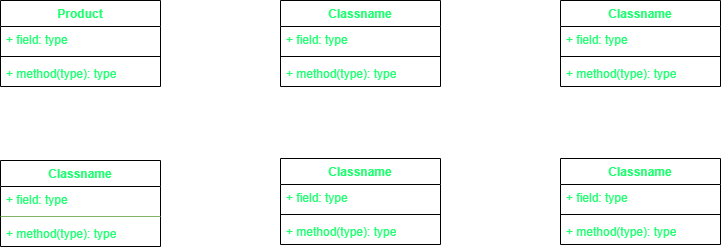
Earlier version of the draw.io export Stage3/DatabaseDesignDiagram.drawio.png (hoduy511/Website-Bat-Dong-San). Source tidied: cells renumbered, new cells last; positions are measured from the earlier drawing's top-left corner, leaving out a move shared by most shapes.
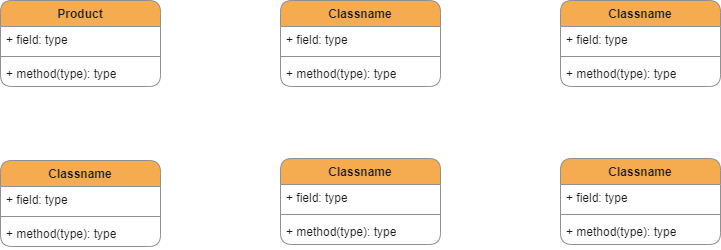
Later version of the same file.

Diff of the diagram source:
```diff
@@ -2,76 +2,76 @@
   <root>
     <mxCell id="0" />
     <mxCell id="1" parent="0" />
-    <mxCell id="2" value="Product" style="swimlane;fontStyle=1;align=center;verticalAlign=top;horizontal=1;startSize=26;whiteSpace=wrap;html=1;swimlaneFillColor=default;labelBackgroundColor=none;fontColor=#1CFF6F;" parent="1" vertex="1">
+    <mxCell id="2" value="Product" style="swimlane;fontStyle=1;align=center;verticalAlign=top;horizontal=1;startSize=26;whiteSpace=wrap;html=1;swimlaneFillColor=default;labelBackgroundColor=none;rounded=1;fillColor=#F5AB50;strokeColor=#909090;fontColor=#1A1A1A;" parent="1" vertex="1">
       <mxGeometry width="160" height="86" as="geometry" />
     </mxCell>
-    <mxCell id="3" value="+ field: type" style="text;strokeColor=none;fillColor=none;align=left;verticalAlign=top;spacingLeft=4;spacingRight=4;overflow=hidden;whiteSpace=wrap;html=1;swimlaneFillColor=default;labelBackgroundColor=none;fontColor=#1CFF6F;" parent="2" vertex="1">
+    <mxCell id="3" value="+ field: type" style="text;strokeColor=none;fillColor=none;align=left;verticalAlign=top;spacingLeft=4;spacingRight=4;overflow=hidden;whiteSpace=wrap;html=1;swimlaneFillColor=default;labelBackgroundColor=none;rounded=1;fontColor=#1A1A1A;" parent="2" vertex="1">
       <mxGeometry y="26" width="160" height="26" as="geometry" />
     </mxCell>
-    <mxCell id="4" style="line;strokeWidth=1;fillColor=none;align=left;verticalAlign=middle;spacingTop=-1;spacingLeft=3;spacingRight=3;labelPosition=right;strokeColor=inherit;swimlaneFillColor=default;labelBackgroundColor=none;fontColor=#1CFF6F;" parent="2" vertex="1">
+    <mxCell id="4" style="line;strokeWidth=1;fillColor=none;align=left;verticalAlign=middle;spacingTop=-1;spacingLeft=3;spacingRight=3;labelPosition=right;strokeColor=#909090;swimlaneFillColor=default;labelBackgroundColor=none;rounded=1;fontColor=#1A1A1A;" parent="2" vertex="1">
       <mxGeometry y="52" width="160" height="8" as="geometry" />
     </mxCell>
-    <mxCell id="5" value="+ method(type): type" style="text;strokeColor=none;fillColor=none;align=left;verticalAlign=top;spacingLeft=4;spacingRight=4;overflow=hidden;whiteSpace=wrap;html=1;swimlaneFillColor=default;labelBackgroundColor=none;fontColor=#1CFF6F;" parent="2" vertex="1">
+    <mxCell id="5" value="+ method(type): type" style="text;strokeColor=none;fillColor=none;align=left;verticalAlign=top;spacingLeft=4;spacingRight=4;overflow=hidden;whiteSpace=wrap;html=1;swimlaneFillColor=default;labelBackgroundColor=none;rounded=1;fontColor=#1A1A1A;" parent="2" vertex="1">
       <mxGeometry y="60" width="160" height="26" as="geometry" />
     </mxCell>
-    <mxCell id="6" value="Classname" style="swimlane;fontStyle=1;align=center;verticalAlign=top;horizontal=1;startSize=26;whiteSpace=wrap;html=1;swimlaneFillColor=default;labelBackgroundColor=none;fontColor=#1CFF6F;" parent="1" vertex="1">
+    <mxCell id="6" value="Classname" style="swimlane;fontStyle=1;align=center;verticalAlign=top;horizontal=1;startSize=26;whiteSpace=wrap;html=1;swimlaneFillColor=default;labelBackgroundColor=none;rounded=1;fillColor=#F5AB50;strokeColor=#909090;fontColor=#1A1A1A;" parent="1" vertex="1">
       <mxGeometry x="280" width="160" height="86" as="geometry" />
     </mxCell>
-    <mxCell id="7" value="+ field: type" style="text;strokeColor=none;fillColor=none;align=left;verticalAlign=top;spacingLeft=4;spacingRight=4;overflow=hidden;whiteSpace=wrap;html=1;swimlaneFillColor=default;labelBackgroundColor=none;fontColor=#1CFF6F;" parent="6" vertex="1">
+    <mxCell id="7" value="+ field: type" style="text;strokeColor=none;fillColor=none;align=left;verticalAlign=top;spacingLeft=4;spacingRight=4;overflow=hidden;whiteSpace=wrap;html=1;swimlaneFillColor=default;labelBackgroundColor=none;rounded=1;fontColor=#1A1A1A;" parent="6" vertex="1">
       <mxGeometry y="26" width="160" height="26" as="geometry" />
     </mxCell>
-    <mxCell id="8" style="line;strokeWidth=1;fillColor=none;align=left;verticalAlign=middle;spacingTop=-1;spacingLeft=3;spacingRight=3;labelPosition=right;strokeColor=inherit;swimlaneFillColor=default;labelBackgroundColor=none;fontColor=#1CFF6F;" parent="6" vertex="1">
+    <mxCell id="8" style="line;strokeWidth=1;fillColor=none;align=left;verticalAlign=middle;spacingTop=-1;spacingLeft=3;spacingRight=3;labelPosition=right;strokeColor=#909090;swimlaneFillColor=default;labelBackgroundColor=none;rounded=1;fontColor=#1A1A1A;" parent="6" vertex="1">
       <mxGeometry y="52" width="160" height="8" as="geometry" />
     </mxCell>
-    <mxCell id="9" value="+ method(type): type" style="text;strokeColor=none;fillColor=none;align=left;verticalAlign=top;spacingLeft=4;spacingRight=4;overflow=hidden;whiteSpace=wrap;html=1;swimlaneFillColor=default;labelBackgroundColor=none;fontColor=#1CFF6F;" parent="6" vertex="1">
+    <mxCell id="9" value="+ method(type): type" style="text;strokeColor=none;fillColor=none;align=left;verticalAlign=top;spacingLeft=4;spacingRight=4;overflow=hidden;whiteSpace=wrap;html=1;swimlaneFillColor=default;labelBackgroundColor=none;rounded=1;fontColor=#1A1A1A;" parent="6" vertex="1">
       <mxGeometry y="60" width="160" height="26" as="geometry" />
     </mxCell>
-    <mxCell id="10" value="Classname" style="swimlane;fontStyle=1;align=center;verticalAlign=top;horizontal=1;startSize=26;whiteSpace=wrap;html=1;swimlaneFillColor=default;labelBackgroundColor=none;fontColor=#1CFF6F;" parent="1" vertex="1">
+    <mxCell id="10" value="Classname" style="swimlane;fontStyle=1;align=center;verticalAlign=top;horizontal=1;startSize=26;whiteSpace=wrap;html=1;swimlaneFillColor=default;labelBackgroundColor=none;rounded=1;fillColor=#F5AB50;strokeColor=#909090;fontColor=#1A1A1A;" parent="1" vertex="1">
       <mxGeometry x="560" width="160" height="86" as="geometry" />
     </mxCell>
-    <mxCell id="11" value="+ field: type" style="text;strokeColor=none;fillColor=none;align=left;verticalAlign=top;spacingLeft=4;spacingRight=4;overflow=hidden;whiteSpace=wrap;html=1;swimlaneFillColor=default;labelBackgroundColor=none;fontColor=#1CFF6F;" parent="10" vertex="1">
+    <mxCell id="11" value="+ field: type" style="text;strokeColor=none;fillColor=none;align=left;verticalAlign=top;spacingLeft=4;spacingRight=4;overflow=hidden;whiteSpace=wrap;html=1;swimlaneFillColor=default;labelBackgroundColor=none;rounded=1;fontColor=#1A1A1A;" parent="10" vertex="1">
       <mxGeometry y="26" width="160" height="26" as="geometry" />
     </mxCell>
-    <mxCell id="12" style="line;strokeWidth=1;fillColor=none;align=left;verticalAlign=middle;spacingTop=-1;spacingLeft=3;spacingRight=3;labelPosition=right;strokeColor=inherit;swimlaneFillColor=default;labelBackgroundColor=none;fontColor=#1CFF6F;" parent="10" vertex="1">
+    <mxCell id="12" style="line;strokeWidth=1;fillColor=none;align=left;verticalAlign=middle;spacingTop=-1;spacingLeft=3;spacingRight=3;labelPosition=right;strokeColor=#909090;swimlaneFillColor=default;labelBackgroundColor=none;rounded=1;fontColor=#1A1A1A;" parent="10" vertex="1">
       <mxGeometry y="52" width="160" height="8" as="geometry" />
     </mxCell>
-    <mxCell id="13" value="+ method(type): type" style="text;strokeColor=none;fillColor=none;align=left;verticalAlign=top;spacingLeft=4;spacingRight=4;overflow=hidden;whiteSpace=wrap;html=1;swimlaneFillColor=default;labelBackgroundColor=none;fontColor=#1CFF6F;" parent="10" vertex="1">
+    <mxCell id="13" value="+ method(type): type" style="text;strokeColor=none;fillColor=none;align=left;verticalAlign=top;spacingLeft=4;spacingRight=4;overflow=hidden;whiteSpace=wrap;html=1;swimlaneFillColor=default;labelBackgroundColor=none;rounded=1;fontColor=#1A1A1A;" parent="10" vertex="1">
       <mxGeometry y="60" width="160" height="26" as="geometry" />
     </mxCell>
-    <mxCell id="14" value="Classname" style="swimlane;fontStyle=1;align=center;verticalAlign=top;horizontal=1;startSize=26;whiteSpace=wrap;html=1;swimlaneFillColor=default;labelBackgroundColor=none;fontColor=#1CFF6F;" parent="1" vertex="1">
+    <mxCell id="14" value="Classname" style="swimlane;fontStyle=1;align=center;verticalAlign=top;horizontal=1;startSize=26;whiteSpace=wrap;html=1;swimlaneFillColor=default;labelBackgroundColor=none;rounded=1;fillColor=#F5AB50;strokeColor=#909090;fontColor=#1A1A1A;" parent="1" vertex="1">
       <mxGeometry y="160" width="160" height="86" as="geometry" />
     </mxCell>
-    <mxCell id="15" value="+ field: type" style="text;strokeColor=none;fillColor=none;align=left;verticalAlign=top;spacingLeft=4;spacingRight=4;overflow=hidden;whiteSpace=wrap;html=1;swimlaneFillColor=default;labelBackgroundColor=none;fontColor=#1CFF6F;" parent="14" vertex="1">
+    <mxCell id="15" value="+ field: type" style="text;strokeColor=none;fillColor=none;align=left;verticalAlign=top;spacingLeft=4;spacingRight=4;overflow=hidden;whiteSpace=wrap;html=1;swimlaneFillColor=default;labelBackgroundColor=none;rounded=1;fontColor=#1A1A1A;" parent="14" vertex="1">
       <mxGeometry y="26" width="160" height="26" as="geometry" />
     </mxCell>
-    <mxCell id="16" style="line;strokeWidth=1;fillColor=#d5e8d4;align=left;verticalAlign=middle;spacingTop=-1;spacingLeft=3;spacingRight=3;labelPosition=right;strokeColor=#82b366;swimlaneFillColor=default;labelBackgroundColor=none;fontColor=#1CFF6F;" parent="14" vertex="1">
+    <mxCell id="16" style="line;strokeWidth=1;fillColor=#F5AB50;align=left;verticalAlign=middle;spacingTop=-1;spacingLeft=3;spacingRight=3;labelPosition=right;strokeColor=#909090;swimlaneFillColor=default;labelBackgroundColor=none;rounded=1;fontColor=#1A1A1A;" parent="14" vertex="1">
       <mxGeometry y="52" width="160" height="8" as="geometry" />
     </mxCell>
-    <mxCell id="17" value="+ method(type): type" style="text;strokeColor=none;fillColor=none;align=left;verticalAlign=top;spacingLeft=4;spacingRight=4;overflow=hidden;whiteSpace=wrap;html=1;swimlaneFillColor=default;labelBackgroundColor=none;fontColor=#1CFF6F;" parent="14" vertex="1">
+    <mxCell id="17" value="+ method(type): type" style="text;strokeColor=none;fillColor=none;align=left;verticalAlign=top;spacingLeft=4;spacingRight=4;overflow=hidden;whiteSpace=wrap;html=1;swimlaneFillColor=default;labelBackgroundColor=none;rounded=1;fontColor=#1A1A1A;" parent="14" vertex="1">
       <mxGeometry y="60" width="160" height="26" as="geometry" />
     </mxCell>
-    <mxCell id="18" value="Classname" style="swimlane;fontStyle=1;align=center;verticalAlign=top;horizontal=1;startSize=26;whiteSpace=wrap;html=1;swimlaneFillColor=default;labelBackgroundColor=none;fontColor=#1CFF6F;" parent="1" vertex="1">
+    <mxCell id="18" value="Classname" style="swimlane;fontStyle=1;align=center;verticalAlign=top;horizontal=1;startSize=26;whiteSpace=wrap;html=1;swimlaneFillColor=default;labelBackgroundColor=none;rounded=1;fillColor=#F5AB50;strokeColor=#909090;fontColor=#1A1A1A;" parent="1" vertex="1">
       <mxGeometry x="280" y="158" width="160" height="86" as="geometry" />
     </mxCell>
-    <mxCell id="19" value="+ field: type" style="text;strokeColor=none;fillColor=none;align=left;verticalAlign=top;spacingLeft=4;spacingRight=4;overflow=hidden;whiteSpace=wrap;html=1;swimlaneFillColor=default;labelBackgroundColor=none;fontColor=#1CFF6F;" parent="18" vertex="1">
+    <mxCell id="19" value="+ field: type" style="text;strokeColor=none;fillColor=none;align=left;verticalAlign=top;spacingLeft=4;spacingRight=4;overflow=hidden;whiteSpace=wrap;html=1;swimlaneFillColor=default;labelBackgroundColor=none;rounded=1;fontColor=#1A1A1A;" parent="18" vertex="1">
       <mxGeometry y="26" width="160" height="26" as="geometry" />
     </mxCell>
-    <mxCell id="20" style="line;strokeWidth=1;fillColor=none;align=left;verticalAlign=middle;spacingTop=-1;spacingLeft=3;spacingRight=3;labelPosition=right;strokeColor=inherit;swimlaneFillColor=default;labelBackgroundColor=none;fontColor=#1CFF6F;" parent="18" vertex="1">
+    <mxCell id="20" style="line;strokeWidth=1;fillColor=none;align=left;verticalAlign=middle;spacingTop=-1;spacingLeft=3;spacingRight=3;labelPosition=right;strokeColor=#909090;swimlaneFillColor=default;labelBackgroundColor=none;rounded=1;fontColor=#1A1A1A;" parent="18" vertex="1">
       <mxGeometry y="52" width="160" height="8" as="geometry" />
     </mxCell>
-    <mxCell id="21" value="+ method(type): type" style="text;strokeColor=none;fillColor=none;align=left;verticalAlign=top;spacingLeft=4;spacingRight=4;overflow=hidden;whiteSpace=wrap;html=1;swimlaneFillColor=default;labelBackgroundColor=none;fontColor=#1CFF6F;" parent="18" vertex="1">
+    <mxCell id="21" value="+ method(type): type" style="text;strokeColor=none;fillColor=none;align=left;verticalAlign=top;spacingLeft=4;spacingRight=4;overflow=hidden;whiteSpace=wrap;html=1;swimlaneFillColor=default;labelBackgroundColor=none;rounded=1;fontColor=#1A1A1A;" parent="18" vertex="1">
       <mxGeometry y="60" width="160" height="26" as="geometry" />
     </mxCell>
-    <mxCell id="22" value="Classname" style="swimlane;fontStyle=1;align=center;verticalAlign=top;horizontal=1;startSize=26;whiteSpace=wrap;html=1;swimlaneFillColor=default;labelBackgroundColor=none;fontColor=#1CFF6F;" parent="1" vertex="1">
+    <mxCell id="22" value="Classname" style="swimlane;fontStyle=1;align=center;verticalAlign=top;horizontal=1;startSize=26;whiteSpace=wrap;html=1;swimlaneFillColor=default;labelBackgroundColor=none;rounded=1;fillColor=#F5AB50;strokeColor=#909090;fontColor=#1A1A1A;" parent="1" vertex="1">
       <mxGeometry x="560" y="158" width="160" height="86" as="geometry" />
     </mxCell>
-    <mxCell id="23" value="+ field: type" style="text;strokeColor=none;fillColor=none;align=left;verticalAlign=top;spacingLeft=4;spacingRight=4;overflow=hidden;whiteSpace=wrap;html=1;swimlaneFillColor=default;labelBackgroundColor=none;fontColor=#1CFF6F;" parent="22" vertex="1">
+    <mxCell id="23" value="+ field: type" style="text;strokeColor=none;fillColor=none;align=left;verticalAlign=top;spacingLeft=4;spacingRight=4;overflow=hidden;whiteSpace=wrap;html=1;swimlaneFillColor=default;labelBackgroundColor=none;rounded=1;fontColor=#1A1A1A;" parent="22" vertex="1">
       <mxGeometry y="26" width="160" height="26" as="geometry" />
     </mxCell>
-    <mxCell id="24" style="line;strokeWidth=1;fillColor=none;align=left;verticalAlign=middle;spacingTop=-1;spacingLeft=3;spacingRight=3;labelPosition=right;strokeColor=inherit;swimlaneFillColor=default;labelBackgroundColor=none;fontColor=#1CFF6F;" parent="22" vertex="1">
+    <mxCell id="24" style="line;strokeWidth=1;fillColor=none;align=left;verticalAlign=middle;spacingTop=-1;spacingLeft=3;spacingRight=3;labelPosition=right;strokeColor=#909090;swimlaneFillColor=default;labelBackgroundColor=none;rounded=1;fontColor=#1A1A1A;" parent="22" vertex="1">
       <mxGeometry y="52" width="160" height="8" as="geometry" />
     </mxCell>
-    <mxCell id="25" value="+ method(type): type" style="text;strokeColor=none;fillColor=none;align=left;verticalAlign=top;spacingLeft=4;spacingRight=4;overflow=hidden;whiteSpace=wrap;html=1;swimlaneFillColor=default;labelBackgroundColor=none;fontColor=#1CFF6F;" parent="22" vertex="1">
+    <mxCell id="25" value="+ method(type): type" style="text;strokeColor=none;fillColor=none;align=left;verticalAlign=top;spacingLeft=4;spacingRight=4;overflow=hidden;whiteSpace=wrap;html=1;swimlaneFillColor=default;labelBackgroundColor=none;rounded=1;fontColor=#1A1A1A;" parent="22" vertex="1">
       <mxGeometry y="60" width="160" height="26" as="geometry" />
     </mxCell>
   </root>
```
